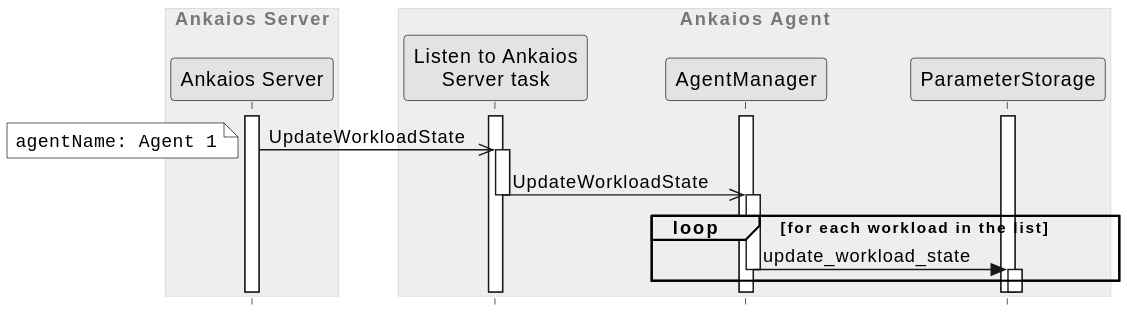
This is agent/doc/swdesign/plantuml/seq_store_workload_state.svg from eclipse-ankaios/ankaios, a PlantUML export, as it was before one commit.
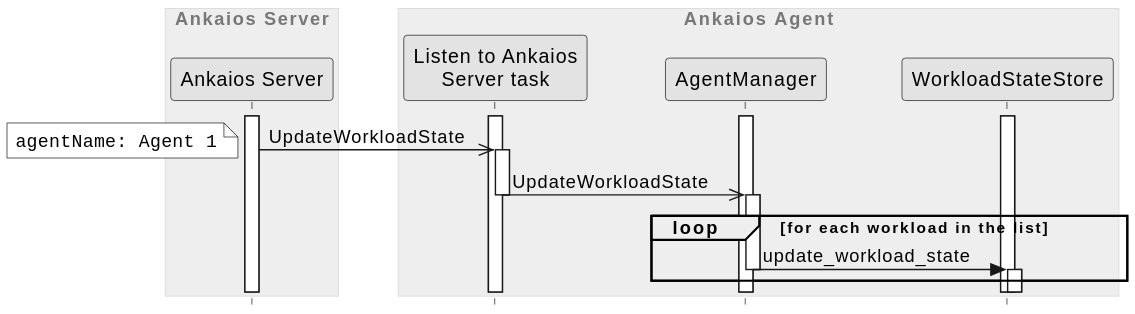
After the commit.

Commit message:
Rename parameter store to workload state store

Diff of the diagram source:
```diff
@@ -8,7 +8,7 @@
 box "Ankaios Agent"
     participant "Listen to Ankaios\nServer task" as listen_to_server
     participant "AgentManager" as manager
-    participant "ParameterStorage" as storage
+    participant "WorkloadStateStore" as storage
 end box
 
 activate server
```
